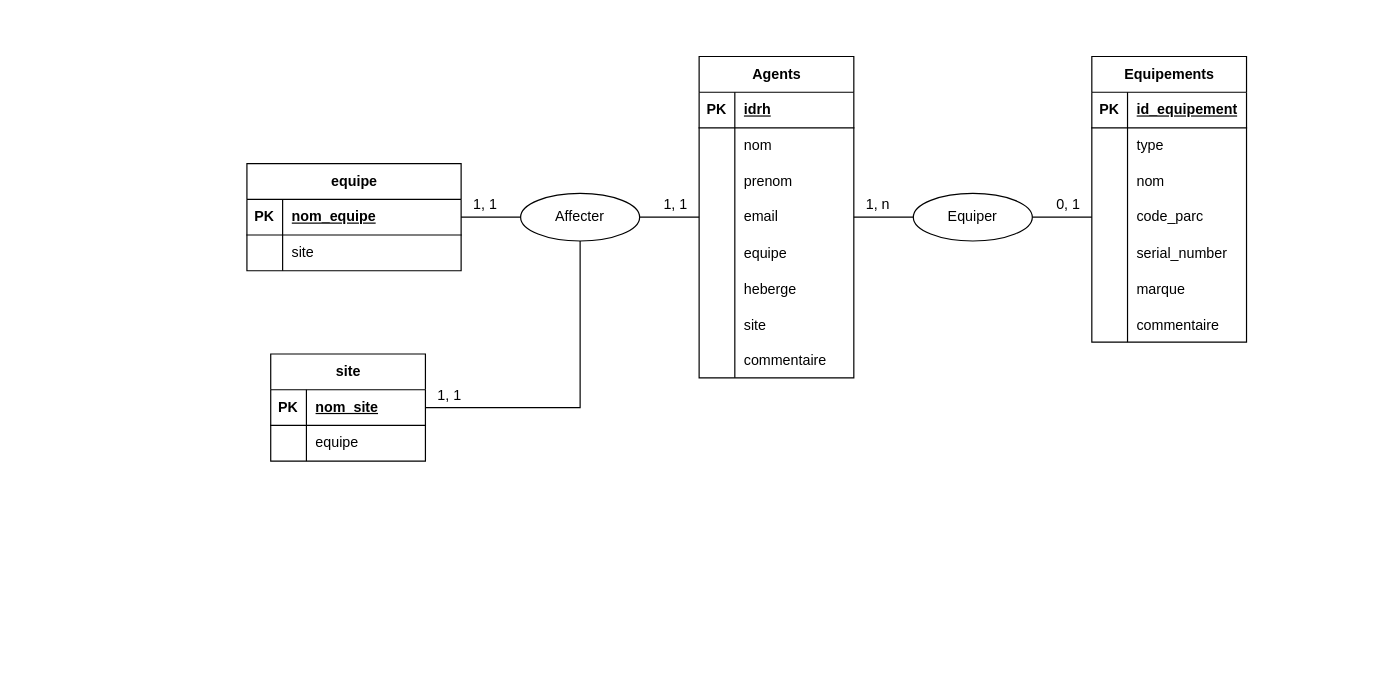
The draw.io diagram mcd_park.drawio in Dr-Revdev/GestionParc, before the edit. Source tidied: cells renumbered, new cells numbered last; positions are measured from the earlier drawing's top-left corner, leaving out a move shared by most shapes. Both pictures are drawn from the tidied source at 119%, with x=0, y=0 at pixel (246, 56).
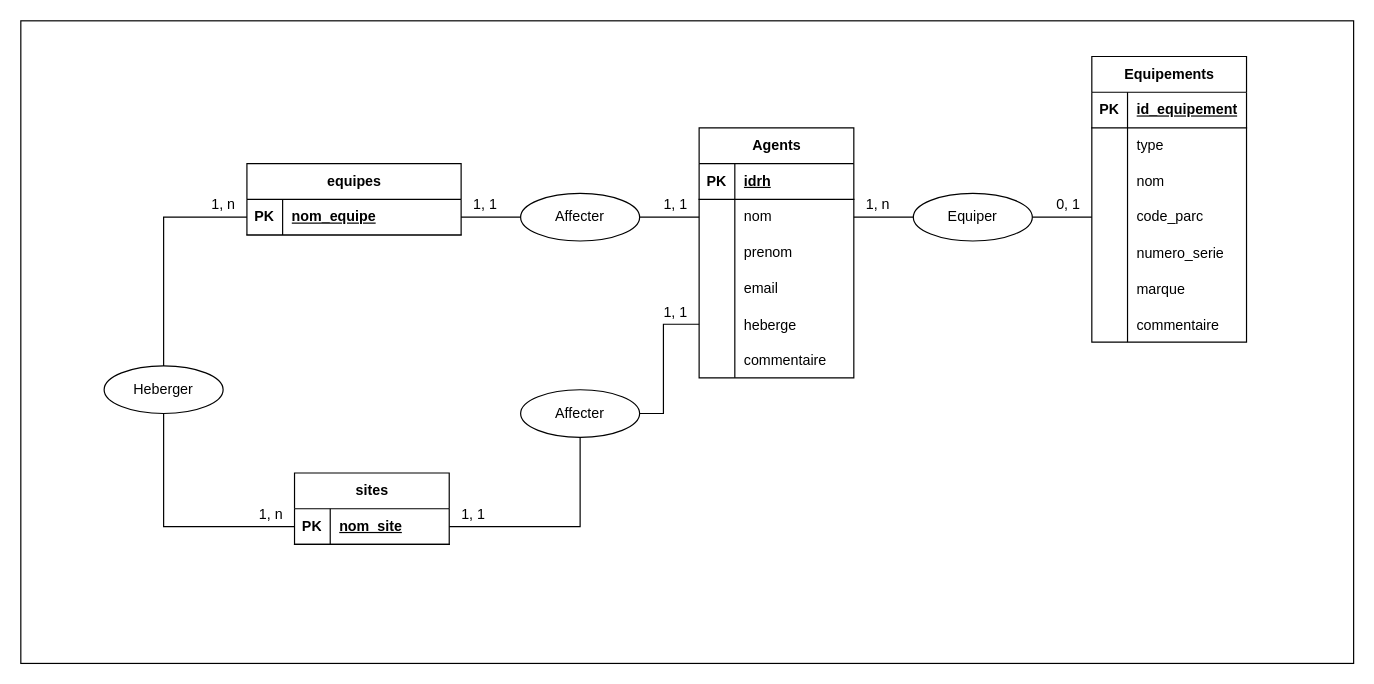
After the change.

Commit message (it also covers changes not shown here):
Mettre à jour mcd_park.drawio

The change refers to these unchanged cells:
```xml
<mxCell id="6" style="shape=tableRow;horizontal=0;startSize=0;swimlaneHead=0;swimlaneBody=0;fillColor=none;points=[[0,0.5],[1,0.5]];portConstraint=eastwest;top=0;left=0;right=0;bottom=0;" parent="2" vertex="1">
  <mxGeometry y="60" width="130" height="30" as="geometry" />
</mxCell>
<mxCell id="12" style="shape=tableRow;horizontal=0;startSize=0;swimlaneHead=0;swimlaneBody=0;fillColor=none;points=[[0,0.5],[1,0.5]];portConstraint=eastwest;top=0;left=0;right=0;bottom=0;" parent="2" vertex="1">
  <mxGeometry y="120" width="130" height="30" as="geometry" />
</mxCell>
<mxCell id="40" style="shape=tableRow;horizontal=0;startSize=0;swimlaneHead=0;swimlaneBody=0;fillColor=none;top=0;left=0;right=0;bottom=0;" parent="27" vertex="1">
  <mxGeometry y="150" width="130" height="30" as="geometry" />
</mxCell>
<mxCell id="50" style="shape=tableRow;horizontal=0;startSize=0;swimlaneHead=0;swimlaneBody=0;fillColor=none;points=[[0,0.5],[1,0.5]];portConstraint=eastwest;top=0;left=0;right=0;bottom=1;" parent="49" vertex="1">
  <mxGeometry y="30" width="130" height="30" as="geometry" />
</mxCell>
<mxCell id="57" style="shape=tableRow;horizontal=0;startSize=0;swimlaneHead=0;swimlaneBody=0;fillColor=none;points=[[0,0.5],[1,0.5]];portConstraint=eastwest;top=0;left=0;right=0;bottom=1;" parent="56" vertex="1">
  <mxGeometry y="30" width="180" height="30" as="geometry" />
</mxCell>
<mxCell id="63" value="Equiper" style="ellipse;whiteSpace=wrap;html=1;align=center;" parent="1" vertex="1">
  <mxGeometry x="560" y="115" width="100" height="40" as="geometry" />
</mxCell>
<mxCell id="64" value="Affecter" style="ellipse;whiteSpace=wrap;html=1;align=center;" parent="1" vertex="1">
  <mxGeometry x="230" y="115" width="100" height="40" as="geometry" />
</mxCell>
```

Diff of the diagram source:
```diff
@@
+    <mxCell id="75" style="rounded=0;whiteSpace=wrap;html=1;" parent="1" vertex="1">
+      <mxGeometry x="-190" y="-30" width="1120" height="540" as="geometry" />
+    </mxCell>
     <mxCell id="2" value="Agents" style="shape=table;startSize=30;childLayout=tableLayout;rowLines=0;fontStyle=1;align=center;html=1;" parent="1" vertex="1">
-      <mxGeometry x="380" width="130" height="270" as="geometry" />
+      <mxGeometry x="380" y="60" width="130" height="210" as="geometry" />
     </mxCell>
@@
-    <mxCell id="15" style="shape=tableRow;horizontal=0;startSize=0;swimlaneHead=0;swimlaneBody=0;fillColor=none;top=0;left=0;right=0;bottom=0;" parent="2" vertex="1">
-      <mxGeometry y="150" width="130" height="30" as="geometry" />
-    </mxCell>
-    <mxCell id="16" style="shape=partialRectangle;fillColor=none;top=0;left=0;bottom=0;right=0;overflow=hidden;" parent="15" vertex="1">
-      <mxGeometry width="30" height="30" as="geometry" />
-    </mxCell>
-    <mxCell id="17" value="equipe" style="shape=partialRectangle;fillColor=none;top=0;left=0;bottom=0;right=0;align=left;spacingLeft=6;overflow=hidden;" parent="15" vertex="1">
-      <mxGeometry x="30" width="100" height="30" as="geometry" />
-    </mxCell>
     <mxCell id="18" style="shape=tableRow;horizontal=0;startSize=0;swimlaneHead=0;swimlaneBody=0;fillColor=none;points=[[0,0.5],[1,0.5]];portConstraint=eastwest;top=0;left=0;right=0;bottom=0;" parent="2" vertex="1">
-      <mxGeometry y="180" width="130" height="30" as="geometry" />
+      <mxGeometry y="150" width="130" height="30" as="geometry" />
     </mxCell>
@@
-    <mxCell id="21" style="shape=tableRow;horizontal=0;startSize=0;swimlaneHead=0;swimlaneBody=0;fillColor=none;top=0;left=0;right=0;bottom=0;" parent="2" vertex="1">
-      <mxGeometry y="210" width="130" height="30" as="geometry" />
-    </mxCell>
-    <mxCell id="22" style="shape=partialRectangle;fillColor=none;top=0;left=0;bottom=0;right=0;overflow=hidden;" parent="21" vertex="1">
-      <mxGeometry width="30" height="30" as="geometry" />
-    </mxCell>
-    <mxCell id="23" value="site" style="shape=partialRectangle;fillColor=none;top=0;left=0;bottom=0;right=0;align=left;spacingLeft=6;overflow=hidden;" parent="21" vertex="1">
-      <mxGeometry x="30" width="100" height="30" as="geometry" />
-    </mxCell>
     <mxCell id="24" style="shape=tableRow;horizontal=0;startSize=0;swimlaneHead=0;swimlaneBody=0;fillColor=none;top=0;left=0;right=0;bottom=0;" parent="2" vertex="1">
-      <mxGeometry y="240" width="130" height="30" as="geometry" />
+      <mxGeometry y="180" width="130" height="30" as="geometry" />
     </mxCell>
@@
-    <mxCell id="42" value="serial_number" style="shape=partialRectangle;fillColor=none;top=0;left=0;bottom=0;right=0;align=left;spacingLeft=6;overflow=hidden;" parent="40" vertex="1">
+    <mxCell id="42" value="numero_serie" style="shape=partialRectangle;fillColor=none;top=0;left=0;bottom=0;right=0;align=left;spacingLeft=6;overflow=hidden;" parent="40" vertex="1">
       <mxGeometry x="30" width="100" height="30" as="geometry" />
     </mxCell>
@@
-    <mxCell id="49" value="site" style="shape=table;startSize=30;childLayout=tableLayout;rowLines=0;fontStyle=1;align=center;html=1;" parent="1" vertex="1">
-      <mxGeometry x="20" y="250" width="130" height="90" as="geometry" />
+    <mxCell id="49" value="sites" style="shape=table;startSize=30;childLayout=tableLayout;rowLines=0;fontStyle=1;align=center;html=1;" parent="1" vertex="1">
+      <mxGeometry x="40" y="350" width="130" height="60" as="geometry" />
     </mxCell>
@@
-    <mxCell id="53" style="shape=tableRow;horizontal=0;startSize=0;swimlaneHead=0;swimlaneBody=0;fillColor=none;top=0;left=0;right=0;bottom=0;" parent="49" vertex="1">
-      <mxGeometry y="60" width="130" height="30" as="geometry" />
-    </mxCell>
-    <mxCell id="54" style="shape=partialRectangle;fillColor=none;top=0;left=0;bottom=0;right=0;overflow=hidden;whiteSpace=wrap;html=1;" parent="53" vertex="1">
-      <mxGeometry width="30" height="30" as="geometry" />
-    </mxCell>
-    <mxCell id="55" value="equipe" style="shape=partialRectangle;fillColor=none;top=0;left=0;bottom=0;right=0;align=left;spacingLeft=6;overflow=hidden;whiteSpace=wrap;html=1;" parent="53" vertex="1">
-      <mxGeometry x="30" width="100" height="30" as="geometry" />
-    </mxCell>
-    <mxCell id="56" value="equipe" style="shape=table;startSize=30;childLayout=tableLayout;rowLines=0;fontStyle=1;align=center;html=1;" parent="1" vertex="1">
-      <mxGeometry y="90" width="180" height="90" as="geometry" />
+    <mxCell id="56" value="equipes" style="shape=table;startSize=30;childLayout=tableLayout;rowLines=0;fontStyle=1;align=center;html=1;" parent="1" vertex="1">
+      <mxGeometry y="90" width="180" height="60" as="geometry" />
     </mxCell>
@@
-    <mxCell id="60" style="shape=tableRow;horizontal=0;startSize=0;swimlaneHead=0;swimlaneBody=0;fillColor=none;top=0;left=0;right=0;bottom=0;" parent="56" vertex="1">
-      <mxGeometry y="60" width="180" height="30" as="geometry" />
-    </mxCell>
-    <mxCell id="61" style="shape=partialRectangle;fillColor=none;top=0;left=0;bottom=0;right=0;overflow=hidden;whiteSpace=wrap;html=1;" parent="60" vertex="1">
-      <mxGeometry width="30" height="30" as="geometry" />
-    </mxCell>
-    <mxCell id="62" value="site" style="shape=partialRectangle;fillColor=none;top=0;left=0;bottom=0;right=0;align=left;spacingLeft=6;overflow=hidden;whiteSpace=wrap;html=1;" parent="60" vertex="1">
-      <mxGeometry x="30" width="150" height="30" as="geometry" />
-    </mxCell>
@@
-    <mxCell id="65" style="endArrow=none;html=1;rounded=0;exitX=1;exitY=0.5;exitDx=0;exitDy=0;entryX=0;entryY=0.5;entryDx=0;entryDy=0;" parent="1" edge="1" source="12" target="63">
+    <mxCell id="65" style="endArrow=none;html=1;rounded=0;exitX=1;exitY=0.5;exitDx=0;exitDy=0;entryX=0;entryY=0.5;entryDx=0;entryDy=0;" parent="1" edge="1" source="6" target="63">
       <mxGeometry relative="1" as="geometry" />
     </mxCell>
@@
-    <mxCell id="67" style="endArrow=none;html=1;rounded=0;exitX=1;exitY=0.5;exitDx=0;exitDy=0;entryX=0;entryY=0.5;entryDx=0;entryDy=0;" parent="1" edge="1" source="64" target="12">
+    <mxCell id="67" style="endArrow=none;html=1;rounded=0;exitX=1;exitY=0.5;exitDx=0;exitDy=0;entryX=0;entryY=0.5;entryDx=0;entryDy=0;" parent="1" edge="1" source="64" target="6">
       <mxGeometry relative="1" as="geometry" />
     </mxCell>
@@
-    <mxCell id="69" style="endArrow=none;html=1;rounded=0;entryX=0.5;entryY=1;entryDx=0;entryDy=0;exitX=1;exitY=0.5;exitDx=0;exitDy=0;" parent="1" edge="1" source="50" target="64">
+    <mxCell id="69" style="endArrow=none;html=1;rounded=0;exitX=1;exitY=0.5;exitDx=0;exitDy=0;entryX=0.5;entryY=1;entryDx=0;entryDy=0;" parent="1" edge="1" source="50" target="76">
       <mxGeometry relative="1" as="geometry">
         <Array as="points">
-          <mxPoint x="280" y="295" />
+          <mxPoint x="280" y="395" />
         </Array>
       </mxGeometry>
     </mxCell>
     <mxCell id="70" value="1, 1" style="text;html=1;align=center;verticalAlign=middle;strokeColor=none;fillColor=none;" parent="1" vertex="1">
-      <mxGeometry x="150" y="270" width="40" height="30" as="geometry" />
+      <mxGeometry x="170" y="370" width="40" height="30" as="geometry" />
     </mxCell>
@@
+    <mxCell id="76" value="Affecter" style="ellipse;whiteSpace=wrap;html=1;align=center;" parent="1" vertex="1">
+      <mxGeometry x="230" y="280" width="100" height="40" as="geometry" />
+    </mxCell>
+    <mxCell id="77" style="endArrow=none;html=1;rounded=0;entryX=0;entryY=0.5;entryDx=0;entryDy=0;exitX=1;exitY=0.5;exitDx=0;exitDy=0;" parent="1" edge="1" source="76" target="18">
+      <mxGeometry relative="1" as="geometry">
+        <Array as="points">
+          <mxPoint x="350" y="300" />
+          <mxPoint x="350" y="225" />
+        </Array>
+      </mxGeometry>
+    </mxCell>
+    <mxCell id="78" value="Heberger" style="ellipse;whiteSpace=wrap;html=1;align=center;" parent="1" vertex="1">
+      <mxGeometry x="-120" y="260" width="100" height="40" as="geometry" />
+    </mxCell>
+    <mxCell id="79" style="endArrow=none;html=1;rounded=0;exitX=0;exitY=0.5;exitDx=0;exitDy=0;entryX=0.5;entryY=1;entryDx=0;entryDy=0;" parent="1" edge="1" source="50" target="78">
+      <mxGeometry relative="1" as="geometry">
+        <Array as="points">
+          <mxPoint x="-70" y="395" />
+        </Array>
+      </mxGeometry>
+    </mxCell>
+    <mxCell id="80" style="endArrow=none;html=1;rounded=0;exitX=0;exitY=0.5;exitDx=0;exitDy=0;entryX=0.5;entryY=0;entryDx=0;entryDy=0;" parent="1" edge="1" source="57" target="78">
+      <mxGeometry relative="1" as="geometry">
+        <Array as="points">
+          <mxPoint x="-70" y="135" />
+        </Array>
+      </mxGeometry>
+    </mxCell>
+    <mxCell id="81" value="1, n" style="text;html=1;align=center;verticalAlign=middle;strokeColor=none;fillColor=none;" parent="1" vertex="1">
+      <mxGeometry y="370" width="40" height="30" as="geometry" />
+    </mxCell>
+    <mxCell id="82" value="1, n" style="text;html=1;align=center;verticalAlign=middle;strokeColor=none;fillColor=none;" parent="1" vertex="1">
+      <mxGeometry x="-40" y="110" width="40" height="30" as="geometry" />
+    </mxCell>
+    <mxCell id="83" value="1, 1" style="text;html=1;align=center;verticalAlign=middle;strokeColor=none;fillColor=none;" parent="1" vertex="1">
+      <mxGeometry x="340" y="200" width="40" height="30" as="geometry" />
+    </mxCell>
```
